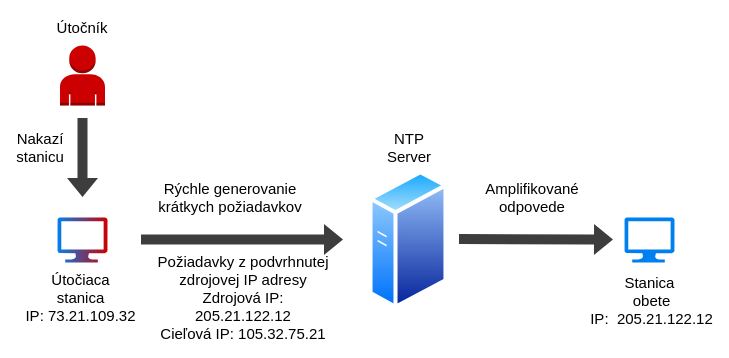
This is thesis/obrazky/ntp_amplification.drawio from siorus/MasterThesis, a draw.io file, before an edit. Source tidied: cells renumbered, new cells numbered last; positions are measured from the earlier drawing's top-left corner, leaving out a move shared by most shapes. Both pictures are drawn from the tidied source at 100%, with x=0, y=0 at pixel (19, 17).
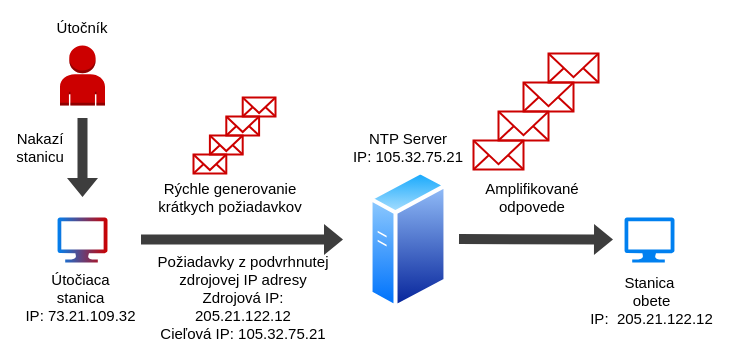
The same diagram, later.

The edit, as a diff of the source:
```diff
@@
-    <mxCell id="8" value="NTP Server" style="text;html=1;strokeColor=none;fillColor=none;align=center;verticalAlign=middle;whiteSpace=wrap;rounded=0;fontSize=15;fontStyle=0;fontFamily=Vafle VUT;" parent="1" vertex="1">
-      <mxGeometry x="370" y="120" width="40" height="20" as="geometry" />
+    <mxCell id="8" value="NTP Server&lt;br&gt;IP: 105.32.75.21" style="text;html=1;strokeColor=none;fillColor=none;align=center;verticalAlign=middle;whiteSpace=wrap;rounded=0;fontSize=15;fontStyle=0;fontFamily=Vafle VUT;" parent="1" vertex="1">
+      <mxGeometry x="331" y="120" width="116" height="20" as="geometry" />
     </mxCell>
@@
+    <mxCell id="17" style="group;" parent="1" vertex="1">
+      <mxGeometry x="174" y="80" width="82" height="76" as="geometry" />
+    </mxCell>
+    <mxCell id="18" style="html=1;verticalLabelPosition=bottom;align=center;labelBackgroundColor=#ffffff;verticalAlign=top;strokeWidth=2;strokeColor=#CC0000;shadow=0;dashed=0;shape=mxgraph.ios7.icons.mail;fillColor=none;" parent="17" vertex="1">
+      <mxGeometry y="57" width="32.8" height="19" as="geometry" />
+    </mxCell>
+    <mxCell id="19" style="html=1;verticalLabelPosition=bottom;align=center;labelBackgroundColor=#ffffff;verticalAlign=top;strokeWidth=2;strokeColor=#CC0000;shadow=0;dashed=0;shape=mxgraph.ios7.icons.mail;fillColor=none;" parent="17" vertex="1">
+      <mxGeometry x="16.4" y="38" width="32.8" height="19" as="geometry" />
+    </mxCell>
+    <mxCell id="20" style="html=1;verticalLabelPosition=bottom;align=center;labelBackgroundColor=#ffffff;verticalAlign=top;strokeWidth=2;strokeColor=#CC0000;shadow=0;dashed=0;shape=mxgraph.ios7.icons.mail;fillColor=none;" parent="17" vertex="1">
+      <mxGeometry x="32.8" y="19" width="32.8" height="19" as="geometry" />
+    </mxCell>
+    <mxCell id="21" style="html=1;verticalLabelPosition=bottom;align=center;labelBackgroundColor=#ffffff;verticalAlign=top;strokeWidth=2;strokeColor=#CC0000;shadow=0;dashed=0;shape=mxgraph.ios7.icons.mail;fillColor=none;" parent="17" vertex="1">
+      <mxGeometry x="49.2" width="32.8" height="19" as="geometry" />
+    </mxCell>
+    <mxCell id="22" style="html=1;verticalLabelPosition=bottom;align=center;labelBackgroundColor=#ffffff;verticalAlign=top;strokeWidth=2;strokeColor=#CC0000;shadow=0;dashed=0;shape=mxgraph.ios7.icons.mail;fillColor=none;" parent="1" vertex="1">
+      <mxGeometry x="454" y="123" width="50" height="29" as="geometry" />
+    </mxCell>
+    <mxCell id="23" style="html=1;verticalLabelPosition=bottom;align=center;labelBackgroundColor=#ffffff;verticalAlign=top;strokeWidth=2;strokeColor=#CC0000;shadow=0;dashed=0;shape=mxgraph.ios7.icons.mail;fillColor=none;" parent="1" vertex="1">
+      <mxGeometry x="479" y="94" width="50" height="29" as="geometry" />
+    </mxCell>
+    <mxCell id="24" style="html=1;verticalLabelPosition=bottom;align=center;labelBackgroundColor=#ffffff;verticalAlign=top;strokeWidth=2;strokeColor=#CC0000;shadow=0;dashed=0;shape=mxgraph.ios7.icons.mail;fillColor=none;" parent="1" vertex="1">
+      <mxGeometry x="504" y="65" width="50" height="29" as="geometry" />
+    </mxCell>
+    <mxCell id="25" style="html=1;verticalLabelPosition=bottom;align=center;labelBackgroundColor=#ffffff;verticalAlign=top;strokeWidth=2;strokeColor=#CC0000;shadow=0;dashed=0;shape=mxgraph.ios7.icons.mail;fillColor=none;" parent="1" vertex="1">
+      <mxGeometry x="529" y="36" width="50" height="29" as="geometry" />
+    </mxCell>
```
